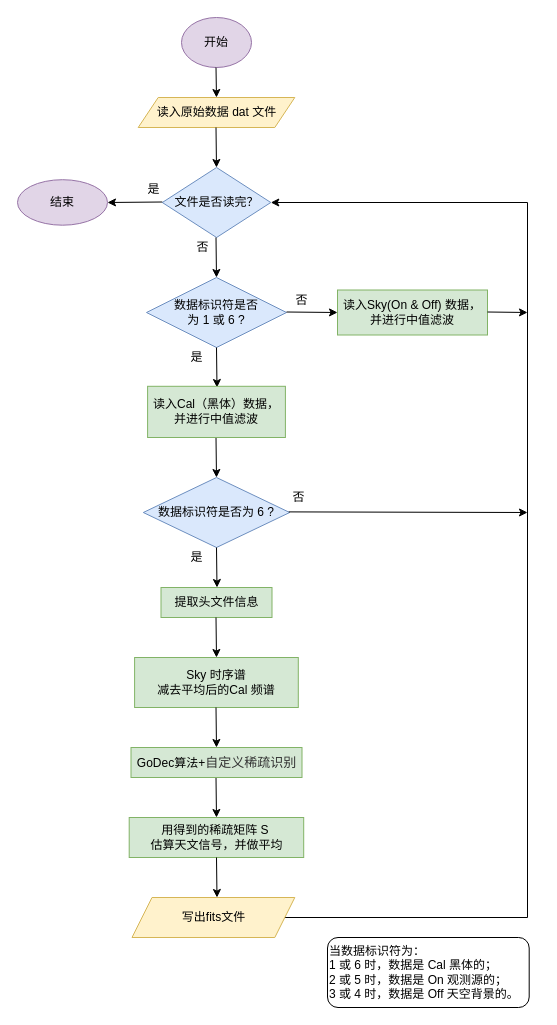
This is fastpsw3.drawio from luoluo19550418/drawio, a draw.io file, before an edit. Source tidied: cells renumbered, new cells numbered last; positions are measured from the earlier drawing's top-left corner, leaving out a move shared by most shapes. Both pictures are drawn from the tidied source at 100%, with x=0, y=0 at pixel (17, 17).
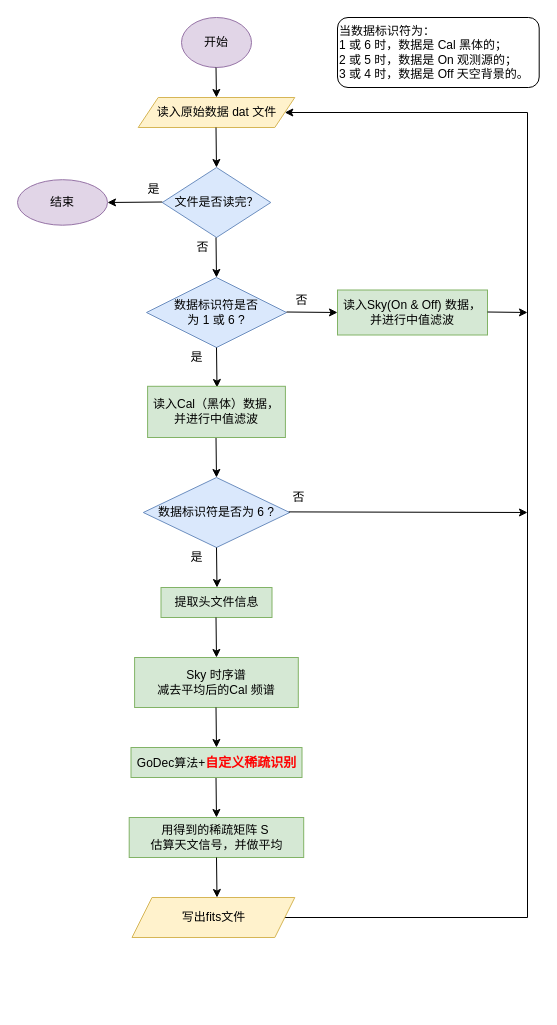
After the change.

The change refers to these unchanged cells:
```xml
<mxCell id="4" value="读入原始数据 dat 文件" style="shape=parallelogram;perimeter=parallelogramPerimeter;whiteSpace=wrap;html=1;fixedSize=1;fillColor=#fff2cc;strokeColor=#d6b656;" parent="1" vertex="1">
  <mxGeometry x="120.7" y="80" width="156.6" height="30" as="geometry" />
</mxCell>
<mxCell id="5" value="文件是否读完？" style="rhombus;whiteSpace=wrap;html=1;fillColor=#dae8fc;strokeColor=#6c8ebf;" parent="1" vertex="1">
  <mxGeometry x="144.8" y="150" width="108.5" height="70" as="geometry" />
</mxCell>
<mxCell id="33" value="&lt;span style=&quot;&quot;&gt;写出fits文件&lt;/span&gt;" style="shape=parallelogram;perimeter=parallelogramPerimeter;whiteSpace=wrap;html=1;fixedSize=1;fillColor=#fff2cc;strokeColor=#d6b656;" parent="1" vertex="1">
  <mxGeometry x="114.5" y="880" width="162.8" height="40" as="geometry" />
</mxCell>
```

Change to the diagram source:
```diff
@@
-    <mxCell id="24" style="endArrow=classic;html=1;rounded=0;entryX=1;entryY=0.5;entryDx=0;entryDy=0;exitX=1;exitY=0.5;exitDx=0;exitDy=0;" parent="1" edge="1" source="33" target="5">
+    <mxCell id="24" style="endArrow=classic;html=1;rounded=0;entryX=1;entryY=0.5;entryDx=0;entryDy=0;exitX=1;exitY=0.5;exitDx=0;exitDy=0;" parent="1" edge="1" source="33" target="4">
       <mxGeometry relative="1" as="geometry">
         <Array as="points">
           <mxPoint x="510" y="900" />
-          <mxPoint x="510" y="185" />
+          <mxPoint x="510" y="95" />
         </Array>
       </mxGeometry>
     </mxCell>
@@
-    <mxCell id="29" value="GoDec算法+&lt;span style=&quot;color: rgb(51, 51, 51); font-family: &amp;quot;Helvetica Neue&amp;quot;, Helvetica, Arial, &amp;quot;Hiragino Sans GB&amp;quot;, &amp;quot;Hiragino Sans GB W3&amp;quot;, &amp;quot;Microsoft YaHei UI&amp;quot;, &amp;quot;Microsoft YaHei&amp;quot;, sans-serif; font-size: 13px; text-align: start;&quot;&gt;自定义稀疏识别&lt;/span&gt;" style="rounded=0;whiteSpace=wrap;html=1;fillColor=#d5e8d4;strokeColor=#82b366;" parent="1" vertex="1">
+    <mxCell id="29" value="GoDec算法+&lt;span style=&quot;font-family: &amp;quot;Helvetica Neue&amp;quot;, Helvetica, Arial, &amp;quot;Hiragino Sans GB&amp;quot;, &amp;quot;Hiragino Sans GB W3&amp;quot;, &amp;quot;Microsoft YaHei UI&amp;quot;, &amp;quot;Microsoft YaHei&amp;quot;, sans-serif; font-size: 13px; text-align: start;&quot;&gt;&lt;b style=&quot;&quot;&gt;&lt;font color=&quot;#ff0000&quot;&gt;自定义稀疏识别&lt;/font&gt;&lt;/b&gt;&lt;/span&gt;" style="rounded=0;whiteSpace=wrap;html=1;fillColor=#d5e8d4;strokeColor=#82b366;" parent="1" vertex="1">
       <mxGeometry x="113.5" y="730" width="171" height="30" as="geometry" />
     </mxCell>
@@
     <mxCell id="35" value="&lt;span style=&quot;&quot;&gt;当数据标识符为：&lt;/span&gt;&lt;br style=&quot;&quot;&gt;&lt;span style=&quot;&quot;&gt;1 或 6 时，数据是 Cal 黑体的；&lt;/span&gt;&lt;br style=&quot;&quot;&gt;&lt;span style=&quot;&quot;&gt;2 或 5 时，数据是 On 观测源的；&lt;/span&gt;&lt;br style=&quot;&quot;&gt;&lt;span style=&quot;&quot;&gt;3 或 4 时，数据是 Off 天空背景的。&lt;/span&gt;" style="rounded=1;whiteSpace=wrap;html=1;align=left;" parent="1" vertex="1">
-      <mxGeometry x="310" y="920" width="201.7" height="70" as="geometry" />
+      <mxGeometry x="320" width="201.7" height="70" as="geometry" />
     </mxCell>
```
